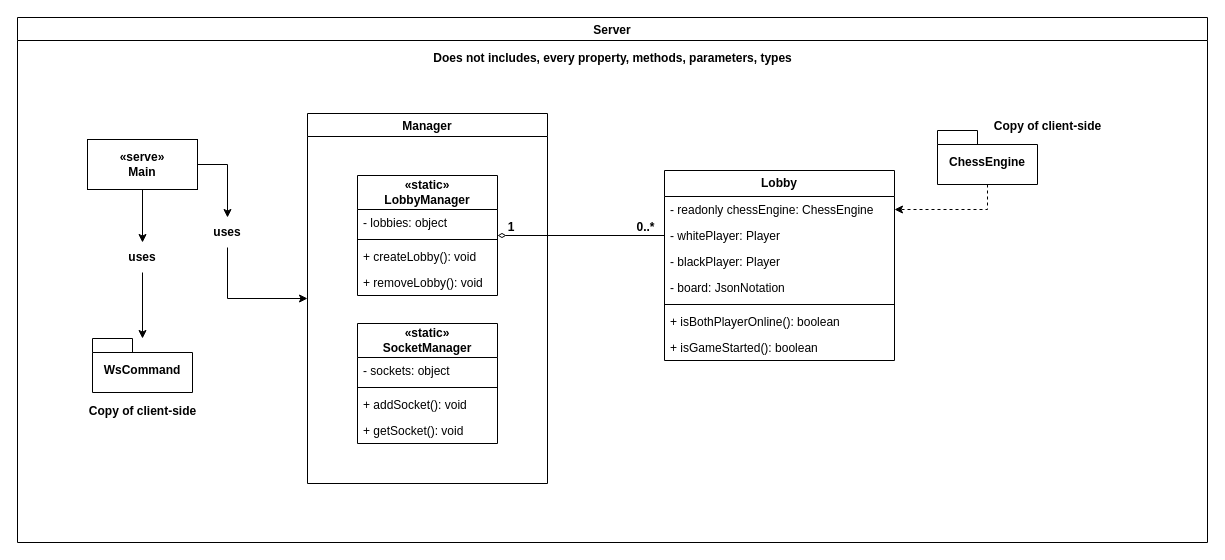
Above: page "Server-Side-Architecture" (2 of 5) of docs/chess-platform.drawio in SuperLogic-stack/chess-arena (draw.io), before the change. Source tidied: cells renumbered, new cells numbered last; positions are measured from the earlier drawing's top-left corner, leaving out a move shared by most shapes. Both pictures are drawn from the tidied source at 100%, with x=0, y=0 at pixel (17, 17).
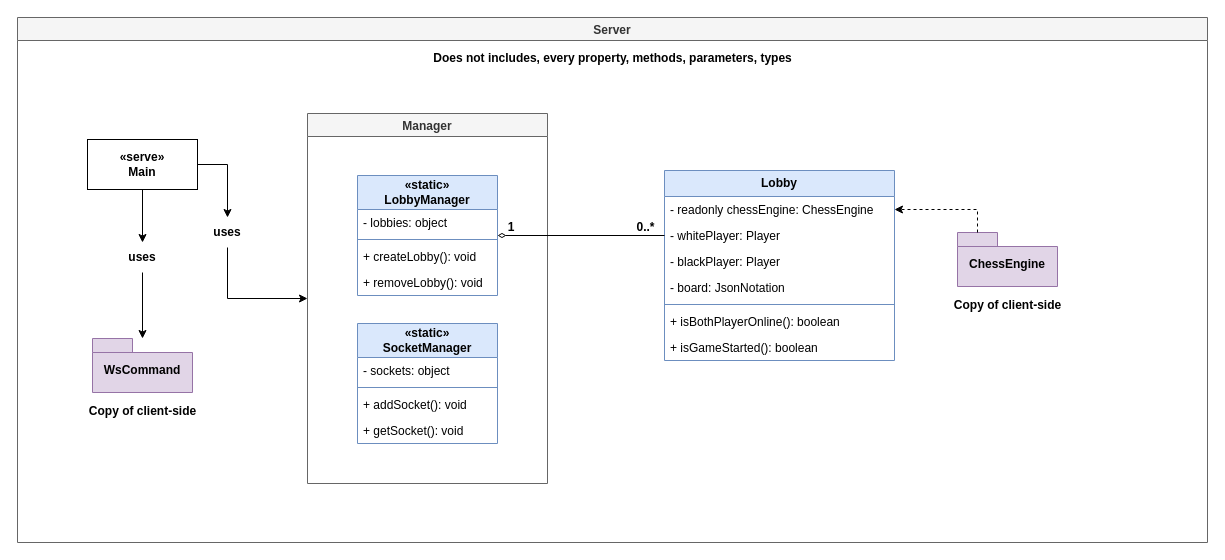
Above is the later version.

Unchanged cells that the change refers to:
```xml
<mxCell id="15" value="- readonly chessEngine: ChessEngine" style="text;strokeColor=none;fillColor=none;align=left;verticalAlign=top;spacingLeft=4;spacingRight=4;overflow=hidden;points=[[0,0.5],[1,0.5]];portConstraint=eastwest;whiteSpace=wrap;html=1;" parent="14" vertex="1">
  <mxGeometry y="26" width="230" height="26" as="geometry" />
</mxCell>
```

The edit, as a diff of the source:
```diff
@@
-    <mxCell id="2" value="Manager" style="swimlane;" parent="1" vertex="1">
+    <mxCell id="2" value="Manager" style="swimlane;fillColor=#f5f5f5;fontColor=#333333;strokeColor=#666666;" parent="1" vertex="1">
       <mxGeometry x="290" y="96" width="240" height="370" as="geometry" />
     </mxCell>
-    <mxCell id="3" value="&lt;div&gt;&lt;b&gt;«static»&lt;/b&gt;&lt;/div&gt;&lt;div&gt;&lt;b&gt;LobbyManager&lt;/b&gt;&lt;/div&gt;" style="swimlane;fontStyle=0;horizontal=1;startSize=34;fillColor=none;whiteSpace=wrap;html=1;" parent="2" vertex="1">
+    <mxCell id="3" value="&lt;div&gt;&lt;b&gt;«static»&lt;/b&gt;&lt;/div&gt;&lt;div&gt;&lt;b&gt;LobbyManager&lt;/b&gt;&lt;/div&gt;" style="swimlane;fontStyle=0;horizontal=1;startSize=34;fillColor=#dae8fc;whiteSpace=wrap;html=1;strokeColor=#6c8ebf;" parent="2" vertex="1">
       <mxGeometry x="50" y="62" width="140" height="120" as="geometry" />
     </mxCell>
@@
-    <mxCell id="8" value="&lt;div&gt;&lt;b&gt;«static»&lt;/b&gt;&lt;/div&gt;&lt;div&gt;&lt;b&gt;SocketManager&lt;/b&gt;&lt;/div&gt;" style="swimlane;fontStyle=0;horizontal=1;startSize=34;fillColor=none;whiteSpace=wrap;html=1;" parent="2" vertex="1">
+    <mxCell id="8" value="&lt;div&gt;&lt;b&gt;«static»&lt;/b&gt;&lt;/div&gt;&lt;div&gt;&lt;b&gt;SocketManager&lt;/b&gt;&lt;/div&gt;" style="swimlane;fontStyle=0;horizontal=1;startSize=34;fillColor=#dae8fc;whiteSpace=wrap;html=1;strokeColor=#6c8ebf;" parent="2" vertex="1">
       <mxGeometry x="50" y="210" width="140" height="120" as="geometry" />
     </mxCell>
@@
-    <mxCell id="14" value="&lt;b&gt;Lobby&lt;/b&gt;" style="swimlane;fontStyle=0;horizontal=1;startSize=26;fillColor=none;whiteSpace=wrap;html=1;" parent="1" vertex="1">
+    <mxCell id="14" value="&lt;b&gt;Lobby&lt;/b&gt;" style="swimlane;fontStyle=0;horizontal=1;startSize=26;fillColor=#dae8fc;whiteSpace=wrap;html=1;strokeColor=#6c8ebf;" parent="1" vertex="1">
       <mxGeometry x="647" y="153" width="230" height="190" as="geometry" />
     </mxCell>
@@
-    <mxCell id="24" style="edgeStyle=orthogonalEdgeStyle;rounded=0;jettySize=auto;html=1;exitX=0.5;exitY=1;exitDx=0;exitDy=0;exitPerimeter=0;dashed=1;" parent="1" edge="1" source="25" target="15">
-      <mxGeometry relative="1" as="geometry" />
-    </mxCell>
-    <mxCell id="25" value="ChessEngine" style="shape=folder;fontStyle=1;spacingTop=10;tabWidth=40;tabHeight=14;tabPosition=left;html=1;whiteSpace=wrap;" parent="1" vertex="1">
-      <mxGeometry x="920" y="113" width="100" height="54" as="geometry" />
-    </mxCell>
-    <mxCell id="26" value=" Copy of client-side" style="text;align=center;fontStyle=1;verticalAlign=middle;spacingLeft=3;spacingRight=3;strokeColor=none;html=1;" parent="1" vertex="1">
-      <mxGeometry x="960" y="96" width="140" height="26" as="geometry" />
-    </mxCell>
-    <mxCell id="27" value="WsCommand" style="shape=folder;fontStyle=1;spacingTop=10;tabWidth=40;tabHeight=14;tabPosition=left;html=1;whiteSpace=wrap;" parent="1" vertex="1">
+    <mxCell id="27" value="WsCommand" style="shape=folder;fontStyle=1;spacingTop=10;tabWidth=40;tabHeight=14;tabPosition=left;html=1;whiteSpace=wrap;fillColor=#e1d5e7;strokeColor=#9673a6;" parent="1" vertex="1">
       <mxGeometry x="75" y="321" width="100" height="54" as="geometry" />
     </mxCell>
@@
-    <mxCell id="36" value="Server" style="swimlane;" parent="1" vertex="1">
+    <mxCell id="36" value="Server" style="swimlane;fillColor=#f5f5f5;fontColor=#333333;strokeColor=#666666;" parent="1" vertex="1">
       <mxGeometry width="1190" height="525" as="geometry" />
     </mxCell>
@@
+    <mxCell id="25" value="ChessEngine" style="shape=folder;fontStyle=1;spacingTop=10;tabWidth=40;tabHeight=14;tabPosition=left;html=1;whiteSpace=wrap;fillColor=#e1d5e7;strokeColor=#9673a6;" parent="36" vertex="1">
+      <mxGeometry x="940" y="215" width="100" height="54" as="geometry" />
+    </mxCell>
+    <mxCell id="26" value=" Copy of client-side" style="text;align=center;fontStyle=1;verticalAlign=middle;spacingLeft=3;spacingRight=3;strokeColor=none;html=1;" parent="36" vertex="1">
+      <mxGeometry x="920" y="275" width="140" height="26" as="geometry" />
+    </mxCell>
+    <mxCell id="24" style="edgeStyle=orthogonalEdgeStyle;rounded=0;jettySize=auto;html=1;exitX=0;exitY=0;exitDx=20;exitDy=0;exitPerimeter=0;dashed=1;" parent="1" edge="1" source="25" target="15">
+      <mxGeometry relative="1" as="geometry" />
+    </mxCell>
```
